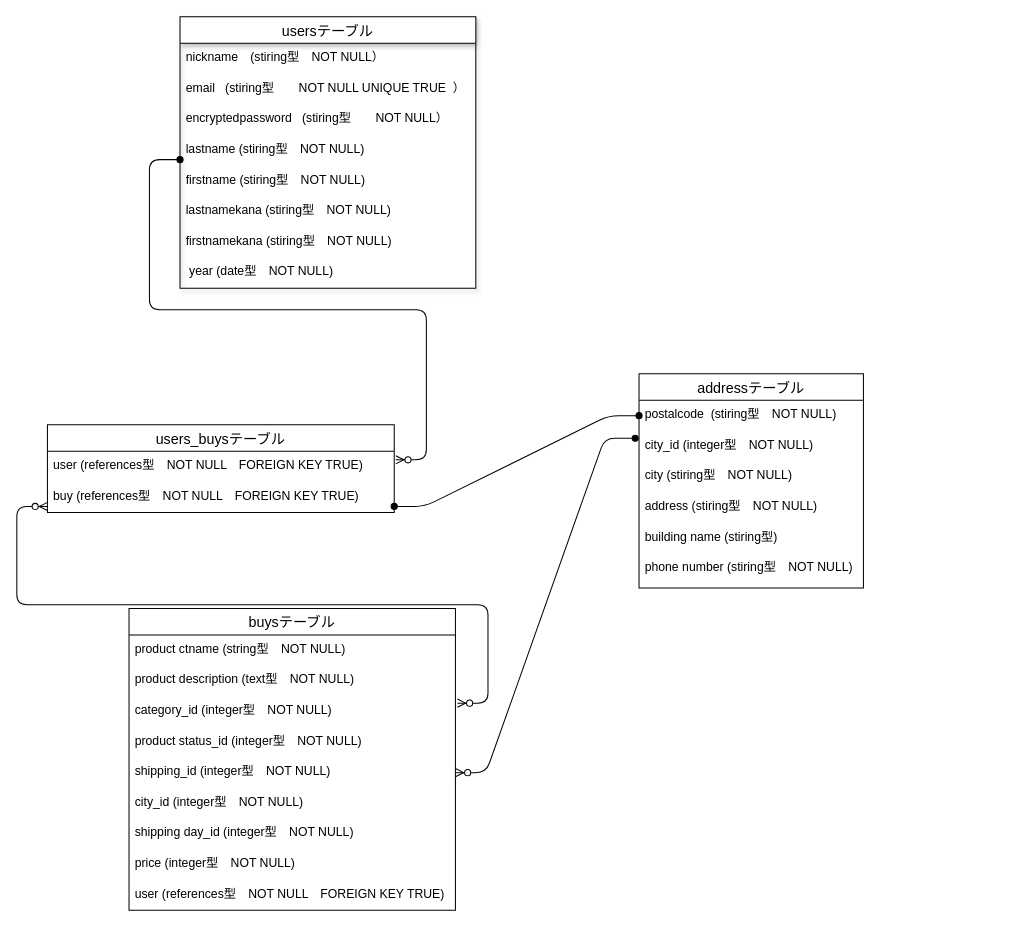
The draw.io diagram app/views/happy.dio in Akiyoshi7922/furima-35424, before the edit. Source tidied: cells renumbered, new cells numbered last; positions are measured from the earlier drawing's top-left corner, leaving out a move shared by most shapes. Both pictures are drawn from the tidied source at 102%, with x=0, y=0 at pixel (47, 16).
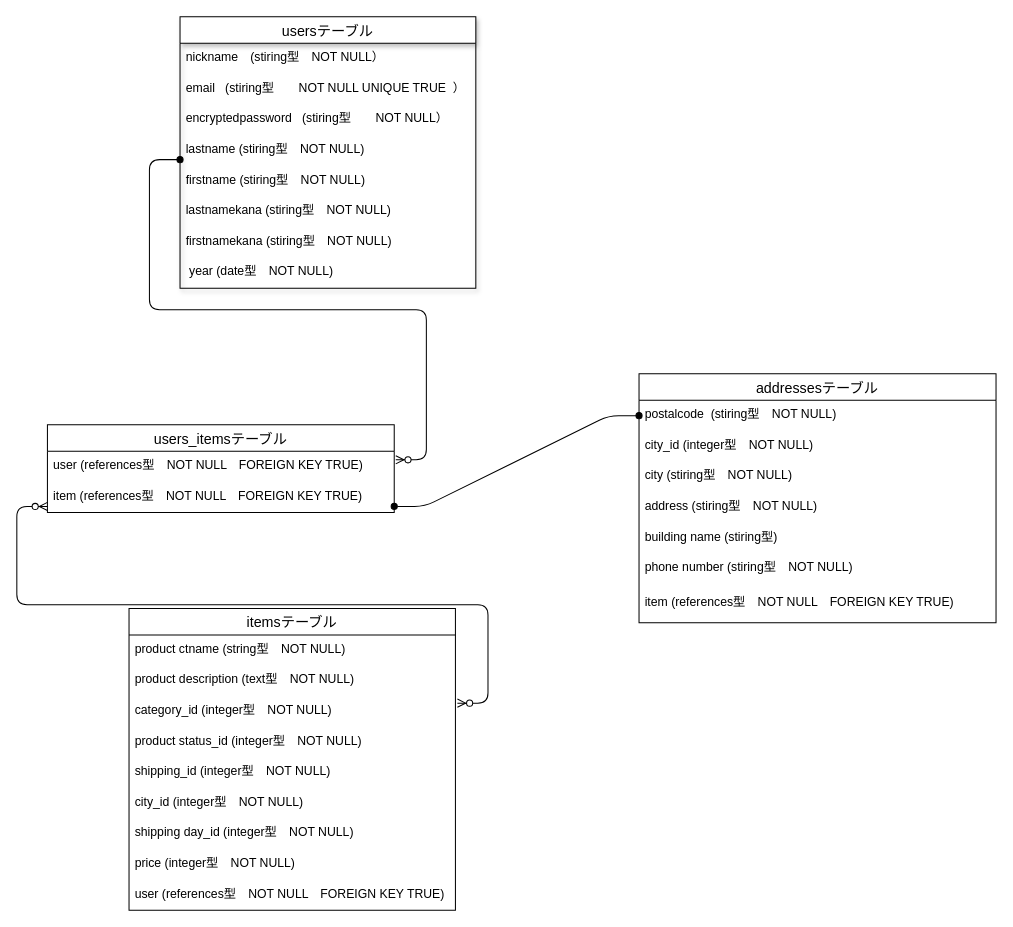
After the change.

Commit message (it also covers changes not shown here):
修正しました！

The change refers to these unchanged cells:
```xml
<mxCell id="16" value="shipping_id (integer型　NOT NULL)" style="text;strokeColor=none;fillColor=none;spacingLeft=4;spacingRight=4;overflow=hidden;points=[[0,0.5],[1,0.5]];portConstraint=eastwest;fontSize=12;" parent="11" vertex="1">
  <mxGeometry y="146" width="320" height="30" as="geometry" />
</mxCell>
```

Change to the diagram source:
```diff
@@
-    <mxCell id="11" value="buysテーブル" style="swimlane;fontStyle=0;horizontal=1;startSize=26;align=center;fontSize=14;" parent="1" vertex="1">
+    <mxCell id="11" value="itemsテーブル" style="swimlane;fontStyle=0;horizontal=1;startSize=26;align=center;fontSize=14;" parent="1" vertex="1">
       <mxGeometry x="80" y="580" width="320" height="296" as="geometry" />
     </mxCell>
@@
-    <mxCell id="21" style="edgeStyle=entityRelationEdgeStyle;fontSize=12;html=1;endArrow=oval;endFill=1;startArrow=ERzeroToMany;startFill=1;exitX=1;exitY=0.5;exitDx=0;exitDy=0;entryX=-0.017;entryY=0.237;entryDx=0;entryDy=0;entryPerimeter=0;" parent="1" edge="1" source="16" target="24">
-      <mxGeometry relative="1" as="geometry" />
-    </mxCell>
-    <mxCell id="22" value="addressテーブル" style="swimlane;fontStyle=0;horizontal=1;startSize=26;align=center;fontSize=14;" parent="1" vertex="1">
-      <mxGeometry x="580" y="350" width="220" height="210" as="geometry" />
+    <mxCell id="22" value="addressesテーブル" style="swimlane;fontStyle=0;horizontal=1;startSize=26;align=center;fontSize=14;" parent="1" vertex="1">
+      <mxGeometry x="580" y="350" width="350" height="244" as="geometry" />
     </mxCell>
     <mxCell id="23" value="postalcode  (stiring型　NOT NULL)&#10;" style="text;strokeColor=none;fillColor=none;spacingLeft=4;spacingRight=4;overflow=hidden;fontSize=12;" parent="22" vertex="1">
-      <mxGeometry y="26" width="220" height="30" as="geometry" />
+      <mxGeometry y="26" width="350" height="30" as="geometry" />
     </mxCell>
     <mxCell id="24" value="city_id (integer型　NOT NULL)&#10;" style="text;strokeColor=none;fillColor=none;spacingLeft=4;spacingRight=4;overflow=hidden;points=[[0,0.5],[1,0.5]];portConstraint=eastwest;fontSize=12;" parent="22" vertex="1">
-      <mxGeometry y="56" width="220" height="30" as="geometry" />
+      <mxGeometry y="56" width="350" height="30" as="geometry" />
     </mxCell>
     <mxCell id="25" value="city (stiring型　NOT NULL)&#10;" style="text;strokeColor=none;fillColor=none;spacingLeft=4;spacingRight=4;overflow=hidden;fontSize=12;" parent="22" vertex="1">
-      <mxGeometry y="86" width="220" height="30" as="geometry" />
+      <mxGeometry y="86" width="350" height="30" as="geometry" />
     </mxCell>
     <mxCell id="26" value="address (stiring型　NOT NULL)&#10;" style="text;strokeColor=none;fillColor=none;spacingLeft=4;spacingRight=4;overflow=hidden;fontSize=12;" parent="22" vertex="1">
-      <mxGeometry y="116" width="220" height="30" as="geometry" />
+      <mxGeometry y="116" width="350" height="30" as="geometry" />
     </mxCell>
     <mxCell id="27" value="building name (stiring型)&#10;" style="text;strokeColor=none;fillColor=none;spacingLeft=4;spacingRight=4;overflow=hidden;fontSize=12;" parent="22" vertex="1">
-      <mxGeometry y="146" width="220" height="30" as="geometry" />
+      <mxGeometry y="146" width="350" height="30" as="geometry" />
     </mxCell>
     <mxCell id="28" value="phone number (stiring型　NOT NULL)&#10;" style="text;strokeColor=none;fillColor=none;spacingLeft=4;spacingRight=4;overflow=hidden;fontSize=12;fontStyle=0;" parent="22" vertex="1">
-      <mxGeometry y="176" width="220" height="34" as="geometry" />
+      <mxGeometry y="176" width="350" height="34" as="geometry" />
     </mxCell>
+    <mxCell id="35" value="item (references型　NOT NULL　FOREIGN KEY TRUE)" style="text;strokeColor=none;fillColor=none;spacingLeft=4;spacingRight=4;overflow=hidden;fontSize=12;fontStyle=0;" parent="22" vertex="1">
+      <mxGeometry y="210" width="350" height="34" as="geometry" />
+    </mxCell>
-    <mxCell id="29" value="users_buysテーブル" style="swimlane;fontStyle=0;horizontal=1;startSize=26;align=center;fontSize=14;" parent="1" vertex="1">
+    <mxCell id="29" value="users_itemsテーブル" style="swimlane;fontStyle=0;horizontal=1;startSize=26;align=center;fontSize=14;" parent="1" vertex="1">
       <mxGeometry y="400" width="340" height="86" as="geometry" />
     </mxCell>
@@
-    <mxCell id="31" value="buy (references型　NOT NULL　FOREIGN KEY TRUE)" style="text;strokeColor=none;fillColor=none;spacingLeft=4;spacingRight=4;overflow=hidden;fontSize=12;" parent="29" vertex="1">
+    <mxCell id="31" value="item (references型　NOT NULL　FOREIGN KEY TRUE)" style="text;strokeColor=none;fillColor=none;spacingLeft=4;spacingRight=4;overflow=hidden;fontSize=12;" parent="29" vertex="1">
       <mxGeometry y="56" width="340" height="30" as="geometry" />
     </mxCell>
```
